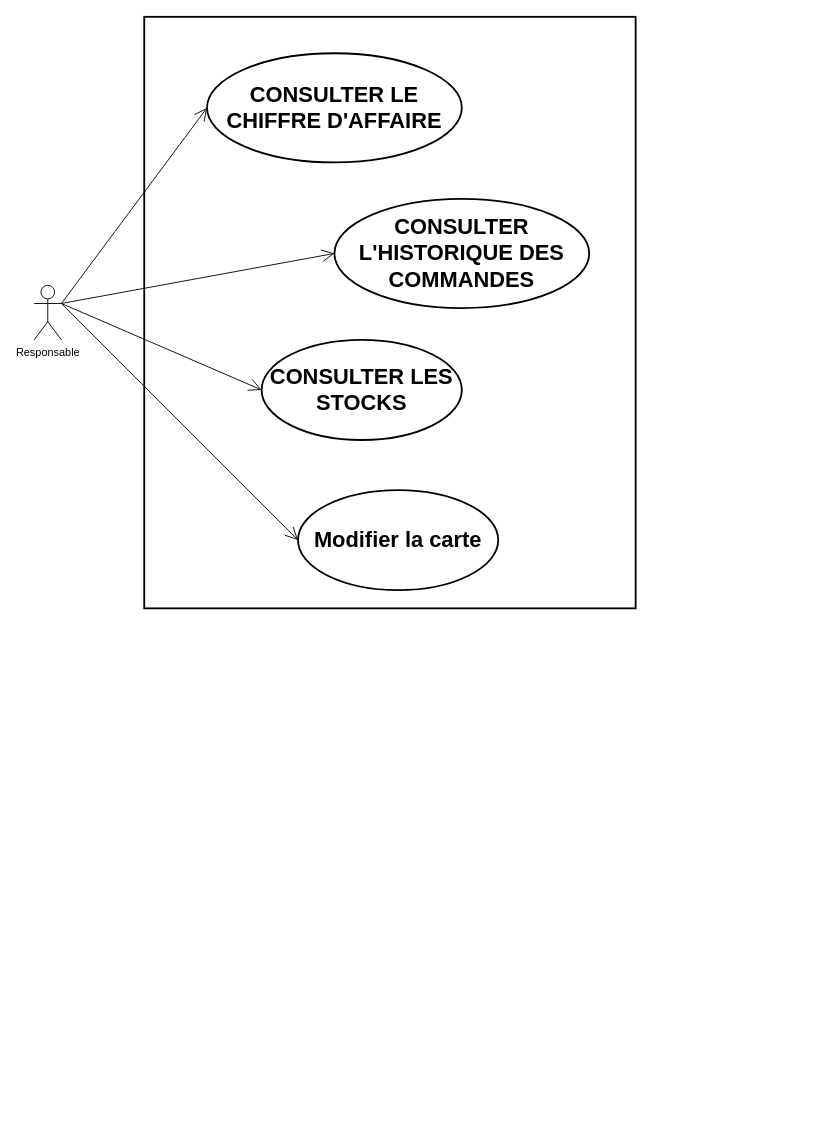
This is diagrams/useCase/managementDiagram.drawio from gsagot/oc_p6_ocPizza, a draw.io file, before an edit. Source tidied: cells renumbered, new cells numbered last; positions are measured from the earlier drawing's top-left corner, leaving out a move shared by most shapes. Both pictures are drawn from the tidied source at 91%, with x=0, y=0 at pixel (34, 16).
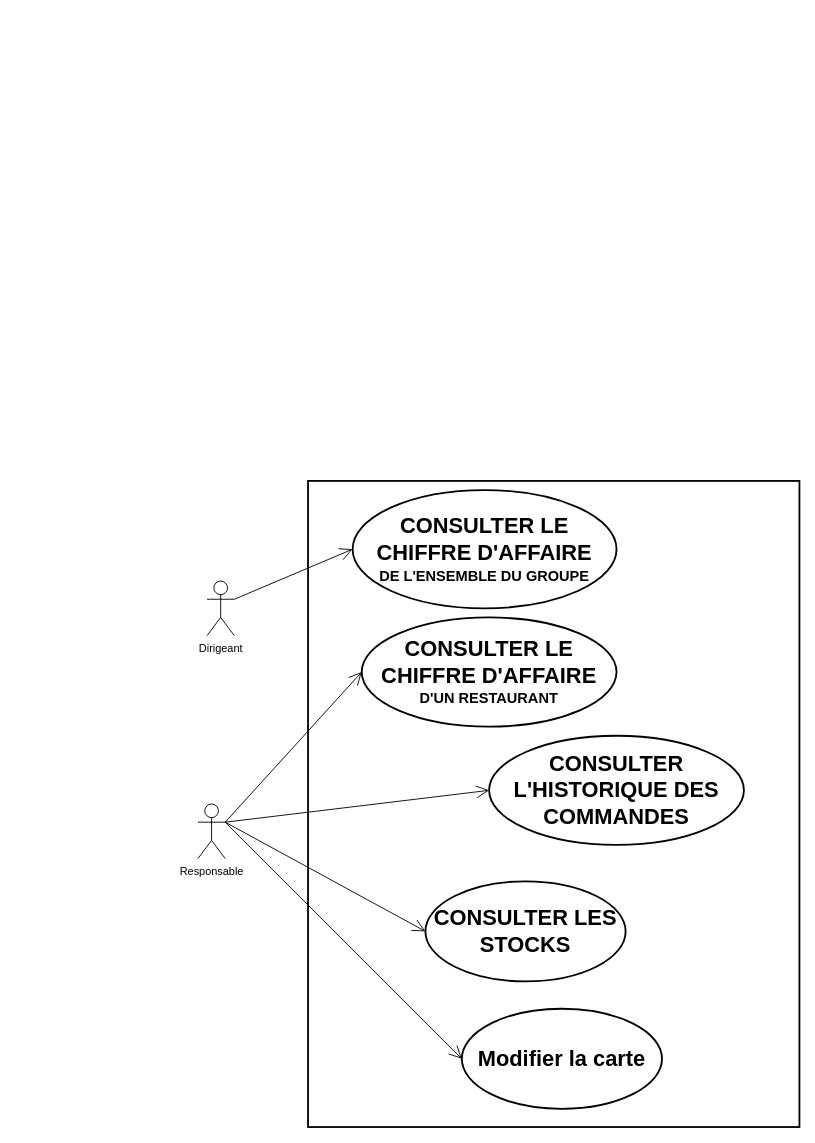
Above is the later version.

Change to the diagram source:
```diff
@@
 <mxGraphModel>
   <root>
     <mxCell id="0" />
     <mxCell id="1" parent="0" />
-    <mxCell id="2" style="html=1;strokeWidth=2;" parent="1" vertex="1">
-      <mxGeometry x="121" width="540" height="650" as="geometry" />
-    </mxCell>
+    <mxCell id="12" style="html=1;strokeWidth=2;" parent="1" vertex="1">
+      <mxGeometry x="301" y="510" width="540" height="710" as="geometry" />
+    </mxCell>
     <mxCell id="3" value="Responsable" style="shape=umlActor;verticalLabelPosition=bottom;verticalAlign=top;html=1;" parent="1" vertex="1">
-      <mxGeometry y="295" width="30" height="60" as="geometry" />
+      <mxGeometry x="180" y="865" width="30" height="60" as="geometry" />
     </mxCell>
     <mxCell id="4" style="endArrow=open;endFill=1;endSize=12;html=1;exitX=1;exitY=0.3333333333333333;exitDx=0;exitDy=0;exitPerimeter=0;entryX=0;entryY=0.5;entryDx=0;entryDy=0;" parent="1" edge="1" source="3" target="5">
       <mxGeometry relative="1" as="geometry" />
     </mxCell>
     <mxCell id="5" value="&lt;h1&gt;Modifier la carte&lt;/h1&gt;" style="ellipse;whiteSpace=wrap;html=1;strokeWidth=2;" parent="1" vertex="1">
-      <mxGeometry x="290" y="520" width="220" height="110" as="geometry" />
+      <mxGeometry x="470" y="1090" width="220" height="110" as="geometry" />
     </mxCell>
     <mxCell id="6" value="&lt;h1&gt;CONSULTER LES STOCKS&lt;/h1&gt;" style="ellipse;whiteSpace=wrap;html=1;strokeWidth=2;" parent="1" vertex="1">
-      <mxGeometry x="250" y="355" width="220" height="110" as="geometry" />
+      <mxGeometry x="430" y="950" width="220" height="110" as="geometry" />
     </mxCell>
     <mxCell id="7" style="endArrow=open;endFill=1;endSize=12;html=1;exitX=1;exitY=0.3333333333333333;exitDx=0;exitDy=0;exitPerimeter=0;entryX=0;entryY=0.5;entryDx=0;entryDy=0;" parent="1" edge="1" source="3" target="6">
       <mxGeometry relative="1" as="geometry" />
     </mxCell>
     <mxCell id="8" value="&lt;h1&gt;CONSULTER L'HISTORIQUE DES COMMANDES&lt;/h1&gt;" style="ellipse;whiteSpace=wrap;html=1;strokeWidth=2;" parent="1" vertex="1">
-      <mxGeometry x="330" y="200" width="280" height="120" as="geometry" />
+      <mxGeometry x="500" y="790" width="280" height="120" as="geometry" />
     </mxCell>
-    <mxCell id="9" value="&lt;h1&gt;CONSULTER LE CHIFFRE D'AFFAIRE&lt;/h1&gt;" style="ellipse;whiteSpace=wrap;html=1;strokeWidth=2;" parent="1" vertex="1">
-      <mxGeometry x="190" y="40" width="280" height="120" as="geometry" />
-    </mxCell>
-    <mxCell id="10" style="endArrow=open;endFill=1;endSize=12;html=1;exitX=1;exitY=0.3333333333333333;exitDx=0;exitDy=0;exitPerimeter=0;entryX=0;entryY=0.5;entryDx=0;entryDy=0;" parent="1" edge="1" source="3" target="9">
-      <mxGeometry relative="1" as="geometry" />
-    </mxCell>
+    <mxCell id="13" value="&lt;h2&gt;&lt;font style=&quot;font-size: 24px&quot;&gt;CONSULTER LE CHIFFRE D'AFFAIRE&lt;br&gt;&lt;/font&gt;&lt;font size=&quot;3&quot;&gt;D'UN RESTAURANT&lt;/font&gt;&lt;/h2&gt;" style="ellipse;whiteSpace=wrap;html=1;strokeWidth=2;" parent="1" vertex="1">
+      <mxGeometry x="360" y="660" width="280" height="120" as="geometry" />
+    </mxCell>
+    <mxCell id="14" style="endArrow=open;endFill=1;endSize=12;html=1;exitX=1;exitY=0.3333333333333333;exitDx=0;exitDy=0;exitPerimeter=0;entryX=0;entryY=0.5;entryDx=0;entryDy=0;" parent="1" edge="1" source="3" target="13">
+      <mxGeometry relative="1" as="geometry" />
+    </mxCell>
     <mxCell id="11" style="endArrow=open;endFill=1;endSize=12;html=1;exitX=1;exitY=0.3333333333333333;exitDx=0;exitDy=0;exitPerimeter=0;entryX=0;entryY=0.5;entryDx=0;entryDy=0;" parent="1" edge="1" source="3" target="8">
       <mxGeometry relative="1" as="geometry" />
     </mxCell>
+    <mxCell id="15" value="Dirigeant" style="shape=umlActor;verticalLabelPosition=bottom;verticalAlign=top;html=1;" parent="1" vertex="1">
+      <mxGeometry x="190" y="620" width="30" height="60" as="geometry" />
+    </mxCell>
+    <mxCell id="16" value="&lt;h2&gt;&lt;font style=&quot;font-size: 24px&quot;&gt;CONSULTER LE CHIFFRE D'AFFAIRE&lt;br&gt;&lt;/font&gt;&lt;font size=&quot;3&quot;&gt;DE L'ENSEMBLE DU GROUPE&lt;/font&gt;&lt;/h2&gt;" style="ellipse;whiteSpace=wrap;html=1;strokeWidth=2;" parent="1" vertex="1">
+      <mxGeometry x="350" y="520" width="290" height="130" as="geometry" />
+    </mxCell>
+    <mxCell id="17" style="endArrow=open;endFill=1;endSize=12;html=1;exitX=1;exitY=0.3333333333333333;exitDx=0;exitDy=0;exitPerimeter=0;entryX=0;entryY=0.5;entryDx=0;entryDy=0;" parent="1" edge="1" source="15" target="16">
+      <mxGeometry relative="1" as="geometry" />
+    </mxCell>
   </root>
 </mxGraphModel>
```
